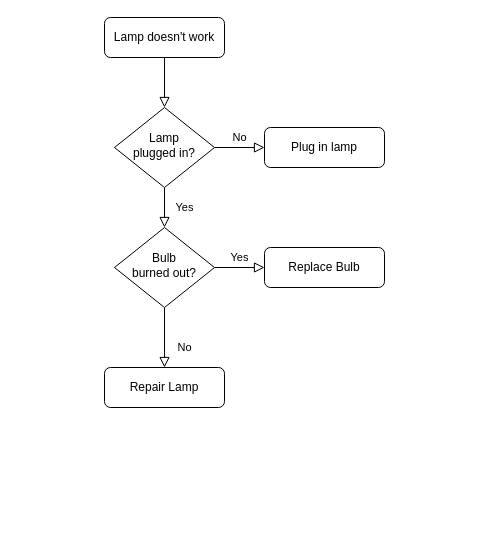
This is Untitled Diagram.drawio from MargoLane/Learning, a draw.io file, before an edit. Source tidied: cells renumbered, new cells numbered last; positions are measured from the earlier drawing's top-left corner, leaving out a move shared by most shapes. Both pictures are drawn from the tidied source at 100%, with x=0, y=0 at pixel (104, 17).
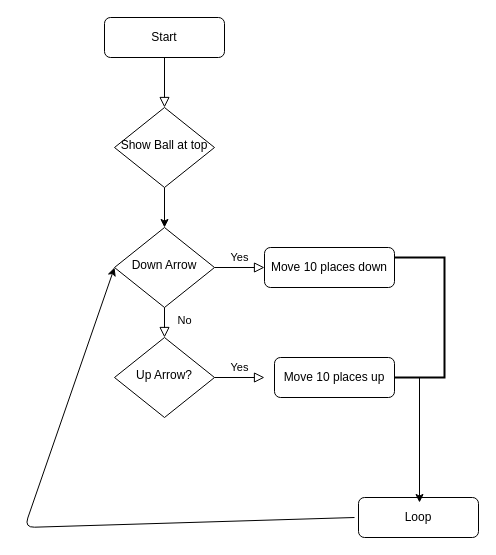
After the change.

Change to the diagram source:
```diff
@@
-    <mxCell id="3" value="Lamp doesn't work" style="rounded=1;whiteSpace=wrap;html=1;fontSize=12;glass=0;strokeWidth=1;shadow=0;" parent="1" vertex="1">
+    <mxCell id="3" value="Start" style="rounded=1;whiteSpace=wrap;html=1;fontSize=12;glass=0;strokeWidth=1;shadow=0;" parent="1" vertex="1">
       <mxGeometry width="120" height="40" as="geometry" />
     </mxCell>
-    <mxCell id="4" value="Yes" style="rounded=0;html=1;jettySize=auto;fontSize=11;endArrow=block;endFill=0;endSize=8;strokeWidth=1;shadow=0;labelBackgroundColor=none;edgeStyle=orthogonalEdgeStyle;" parent="1" edge="1" source="6" target="10">
-      <mxGeometry y="20" relative="1" as="geometry" />
-    </mxCell>
-    <mxCell id="5" value="No" style="edgeStyle=orthogonalEdgeStyle;rounded=0;html=1;jettySize=auto;fontSize=11;endArrow=block;endFill=0;endSize=8;strokeWidth=1;shadow=0;labelBackgroundColor=none;" parent="1" edge="1" source="6" target="7">
-      <mxGeometry y="10" relative="1" as="geometry" />
-    </mxCell>
+    <mxCell id="13" style="edgeStyle=orthogonalEdgeStyle;rounded=0;jettySize=auto;html=1;" parent="1" edge="1" source="6" target="10">
+      <mxGeometry relative="1" as="geometry" />
+    </mxCell>
-    <mxCell id="6" value="Lamp&lt;br&gt;plugged in?" style="rhombus;whiteSpace=wrap;html=1;shadow=0;fontFamily=Helvetica;fontSize=12;align=center;strokeWidth=1;spacing=6;spacingTop=-4;" parent="1" vertex="1">
+    <mxCell id="6" value="Show Ball at top" style="rhombus;whiteSpace=wrap;html=1;shadow=0;fontFamily=Helvetica;fontSize=12;align=center;strokeWidth=1;spacing=6;spacingTop=-4;" parent="1" vertex="1">
       <mxGeometry x="10" y="90" width="100" height="80" as="geometry" />
     </mxCell>
-    <mxCell id="7" value="Plug in lamp" style="rounded=1;whiteSpace=wrap;html=1;fontSize=12;glass=0;strokeWidth=1;shadow=0;" parent="1" vertex="1">
-      <mxGeometry x="160" y="110" width="120" height="40" as="geometry" />
-    </mxCell>
-    <mxCell id="8" value="No" style="rounded=0;html=1;jettySize=auto;fontSize=11;endArrow=block;endFill=0;endSize=8;strokeWidth=1;shadow=0;labelBackgroundColor=none;edgeStyle=orthogonalEdgeStyle;" parent="1" edge="1" source="10" target="11">
-      <mxGeometry x="0.33" y="20" relative="1" as="geometry" />
-    </mxCell>
@@
-    <mxCell id="10" value="Bulb&lt;br&gt;burned out?" style="rhombus;whiteSpace=wrap;html=1;shadow=0;fontFamily=Helvetica;fontSize=12;align=center;strokeWidth=1;spacing=6;spacingTop=-4;" parent="1" vertex="1">
+    <mxCell id="10" value="Down Arrow" style="rhombus;whiteSpace=wrap;html=1;shadow=0;fontFamily=Helvetica;fontSize=12;align=center;strokeWidth=1;spacing=6;spacingTop=-4;" parent="1" vertex="1">
       <mxGeometry x="10" y="210" width="100" height="80" as="geometry" />
     </mxCell>
-    <mxCell id="11" value="Repair Lamp" style="rounded=1;whiteSpace=wrap;html=1;fontSize=12;glass=0;strokeWidth=1;shadow=0;" parent="1" vertex="1">
-      <mxGeometry y="350" width="120" height="40" as="geometry" />
+    <mxCell id="11" value="Loop" style="rounded=1;whiteSpace=wrap;html=1;fontSize=12;glass=0;strokeWidth=1;shadow=0;" parent="1" vertex="1">
+      <mxGeometry x="254" y="480" width="120" height="40" as="geometry" />
     </mxCell>
-    <mxCell id="12" value="Replace Bulb" style="rounded=1;whiteSpace=wrap;html=1;fontSize=12;glass=0;strokeWidth=1;shadow=0;" parent="1" vertex="1">
-      <mxGeometry x="160" y="230" width="120" height="40" as="geometry" />
+    <mxCell id="12" value="Move 10 places down" style="rounded=1;whiteSpace=wrap;html=1;fontSize=12;glass=0;strokeWidth=1;shadow=0;" parent="1" vertex="1">
+      <mxGeometry x="160" y="230" width="130" height="40" as="geometry" />
     </mxCell>
+    <mxCell id="14" value="Up Arrow?" style="rhombus;whiteSpace=wrap;html=1;shadow=0;fontFamily=Helvetica;fontSize=12;align=center;strokeWidth=1;spacing=6;spacingTop=-4;" parent="1" vertex="1">
+      <mxGeometry x="10" y="320" width="100" height="80" as="geometry" />
+    </mxCell>
+    <mxCell id="8" value="No" style="rounded=0;html=1;jettySize=auto;fontSize=11;endArrow=block;endFill=0;endSize=8;strokeWidth=1;shadow=0;labelBackgroundColor=none;edgeStyle=orthogonalEdgeStyle;" parent="1" edge="1" source="10" target="14">
+      <mxGeometry x="0.33" y="20" relative="1" as="geometry" />
+    </mxCell>
+    <mxCell id="15" value="Move 10 places up" style="rounded=1;whiteSpace=wrap;html=1;fontSize=12;glass=0;strokeWidth=1;shadow=0;" parent="1" vertex="1">
+      <mxGeometry x="170" y="340" width="120" height="40" as="geometry" />
+    </mxCell>
+    <mxCell id="16" style="edgeStyle=orthogonalEdgeStyle;rounded=0;jettySize=auto;html=1;exitX=0.5;exitY=1;exitDx=0;exitDy=0;exitPerimeter=0;" parent="1" edge="1" source="17">
+      <mxGeometry relative="1" as="geometry">
+        <mxPoint x="315" y="485" as="targetPoint" />
+      </mxGeometry>
+    </mxCell>
+    <mxCell id="17" style="strokeWidth=2;html=1;shape=mxgraph.flowchart.annotation_1;align=left;flipH=1;" parent="1" vertex="1">
+      <mxGeometry x="290" y="240" width="50" height="120" as="geometry" />
+    </mxCell>
+    <mxCell id="18" style="endArrow=classic;html=1;exitX=0;exitY=0.5;exitDx=0;exitDy=0;entryX=0;entryY=0.5;entryDx=0;entryDy=0;" parent="1" edge="1" target="10">
+      <mxGeometry relative="1" as="geometry">
+        <mxPoint x="250" y="500" as="sourcePoint" />
+        <Array as="points">
+          <mxPoint x="-80" y="510" />
+        </Array>
+      </mxGeometry>
+    </mxCell>
+    <mxCell id="4" value="Yes" style="edgeStyle=orthogonalEdgeStyle;rounded=0;html=1;jettySize=auto;orthogonalLoop=1;fontSize=11;endArrow=block;endFill=0;endSize=8;strokeWidth=1;shadow=0;labelBackgroundColor=none;" parent="1" edge="1">
+      <mxGeometry y="10" relative="1" as="geometry">
+        <mxPoint x="110" y="360" as="sourcePoint" />
+        <mxPoint x="160" y="360" as="targetPoint" />
+      </mxGeometry>
+    </mxCell>
```
